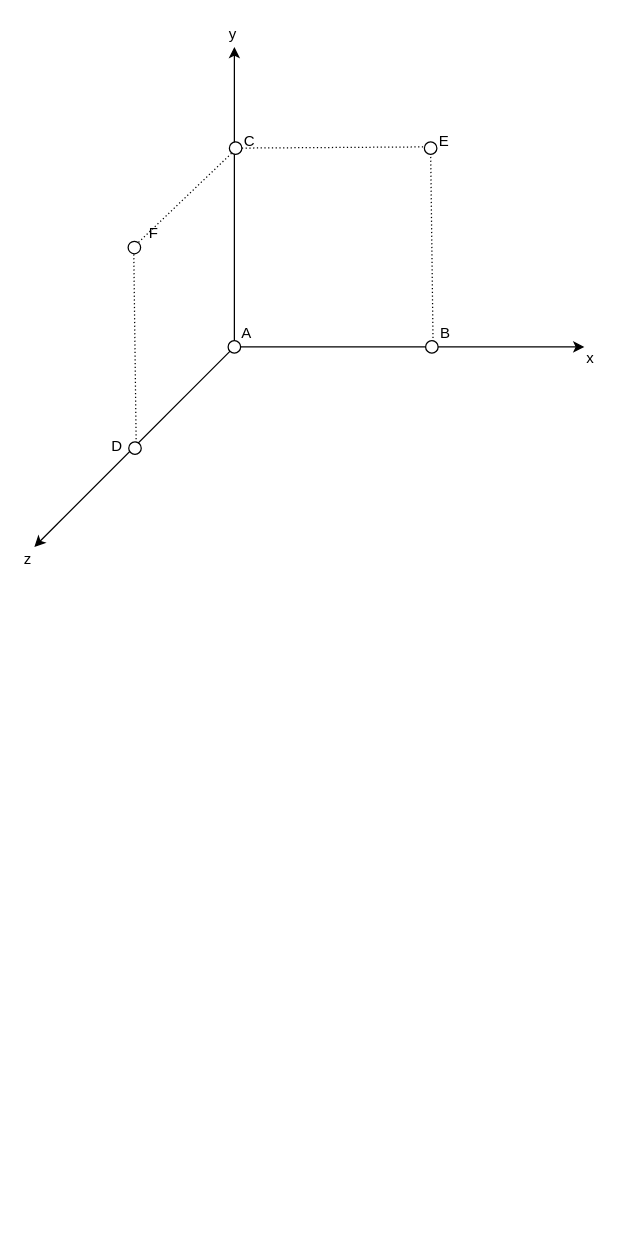
Above: V2_Sketch.drawio in cyberme0w/VRMLProjekt (draw.io), before the change. Source tidied: cells renumbered, new cells numbered last; positions are measured from the earlier drawing's top-left corner, leaving out a move shared by most shapes. Both pictures are drawn from the tidied source at 125%, with x=0, y=0 at pixel (21, 21).
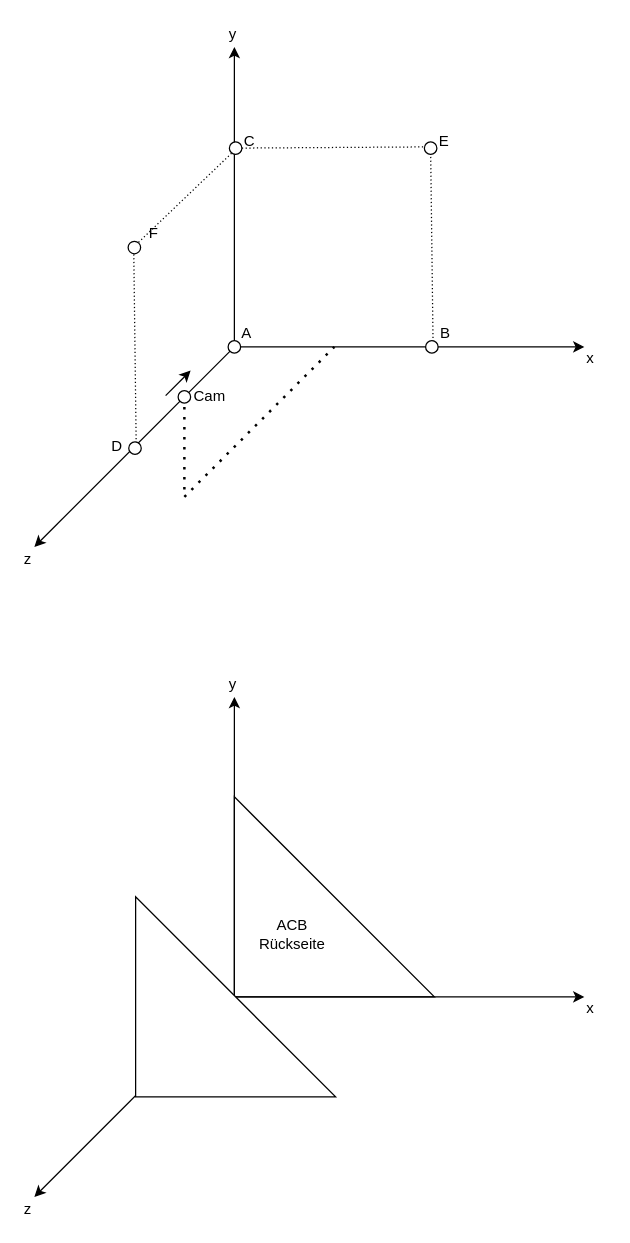
After the change.

Change to the diagram source:
```diff
@@
+    <mxCell id="24" style="verticalLabelPosition=bottom;verticalAlign=top;html=1;shape=mxgraph.basic.orthogonal_triangle;" parent="1" vertex="1">
+      <mxGeometry x="170" y="620" width="160" height="160" as="geometry" />
+    </mxCell>
+    <mxCell id="25" style="endArrow=classic;html=1;endFill=1;" parent="1" edge="1">
+      <mxGeometry relative="1" as="geometry">
+        <mxPoint x="170" y="780" as="sourcePoint" />
+        <mxPoint x="450" y="780" as="targetPoint" />
+      </mxGeometry>
+    </mxCell>
+    <mxCell id="26" style="endArrow=classic;html=1;endFill=1;" parent="1" edge="1">
+      <mxGeometry relative="1" as="geometry">
+        <mxPoint x="170" y="780" as="sourcePoint" />
+        <mxPoint x="170" y="540" as="targetPoint" />
+      </mxGeometry>
+    </mxCell>
+    <mxCell id="27" style="endArrow=classic;html=1;endFill=1;" parent="1" edge="1">
+      <mxGeometry relative="1" as="geometry">
+        <mxPoint x="170" y="780" as="sourcePoint" />
+        <mxPoint x="10" y="940" as="targetPoint" />
+      </mxGeometry>
+    </mxCell>
+    <mxCell id="28" value="x" style="text;html=1;align=left;verticalAlign=top;spacingTop=-4;" parent="1" vertex="1">
+      <mxGeometry x="450" y="779" width="20" height="20" as="geometry" />
+    </mxCell>
+    <mxCell id="29" value="z" style="text;html=1;align=left;verticalAlign=top;spacingTop=-4;" parent="1" vertex="1">
+      <mxGeometry y="940" width="20" height="20" as="geometry" />
+    </mxCell>
+    <mxCell id="30" value="y" style="text;html=1;align=left;verticalAlign=top;spacingTop=-4;" parent="1" vertex="1">
+      <mxGeometry x="164" y="520" width="20" height="20" as="geometry" />
+    </mxCell>
+    <mxCell id="31" style="verticalLabelPosition=bottom;verticalAlign=top;html=1;shape=mxgraph.basic.orthogonal_triangle;" parent="1" vertex="1">
+      <mxGeometry x="91" y="700" width="160" height="160" as="geometry" />
+    </mxCell>
+    <mxCell id="32" value="ACB&lt;br&gt;Rückseite" style="text;html=1;align=center;verticalAlign=middle;strokeColor=none;" parent="1" vertex="1">
+      <mxGeometry x="181" y="715" width="70" height="30" as="geometry" />
+    </mxCell>
+    <mxCell id="33" style="endArrow=none;dashed=1;html=1;dashPattern=1 3;strokeWidth=2;" parent="1" edge="1">
+      <mxGeometry relative="1" as="geometry">
+        <mxPoint x="130" y="300" as="sourcePoint" />
+        <mxPoint x="130" y="380" as="targetPoint" />
+      </mxGeometry>
+    </mxCell>
+    <mxCell id="34" style="endArrow=none;dashed=1;html=1;dashPattern=1 3;strokeWidth=2;" parent="1" edge="1">
+      <mxGeometry relative="1" as="geometry">
+        <mxPoint x="130" y="380" as="sourcePoint" />
+        <mxPoint x="250" y="260" as="targetPoint" />
+      </mxGeometry>
+    </mxCell>
+    <mxCell id="35" style="ellipse;whiteSpace=wrap;html=1;" parent="1" vertex="1">
+      <mxGeometry x="125" y="295" width="10" height="10" as="geometry" />
+    </mxCell>
+    <mxCell id="36" value="Cam" style="text;html=1;align=center;verticalAlign=middle;strokeColor=none;" parent="1" vertex="1">
+      <mxGeometry x="130" y="290" width="40" height="20" as="geometry" />
+    </mxCell>
+    <mxCell id="37" style="endArrow=classic;html=1;" parent="1" edge="1">
+      <mxGeometry relative="1" as="geometry">
+        <mxPoint x="115" y="299" as="sourcePoint" />
+        <mxPoint x="135" y="279" as="targetPoint" />
+      </mxGeometry>
+    </mxCell>
```
